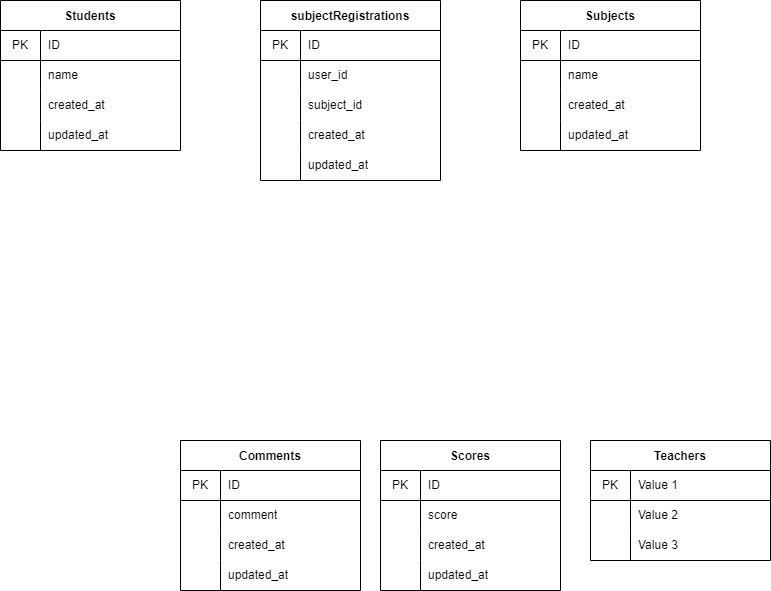
This is 20221026koyanagi/index.drawio.png from yuki-zirushi/PowerStruggle, a draw.io export, as it was before one commit. Source tidied: cells renumbered, new cells last; positions are measured from the earlier drawing's top-left corner, leaving out a move shared by most shapes.
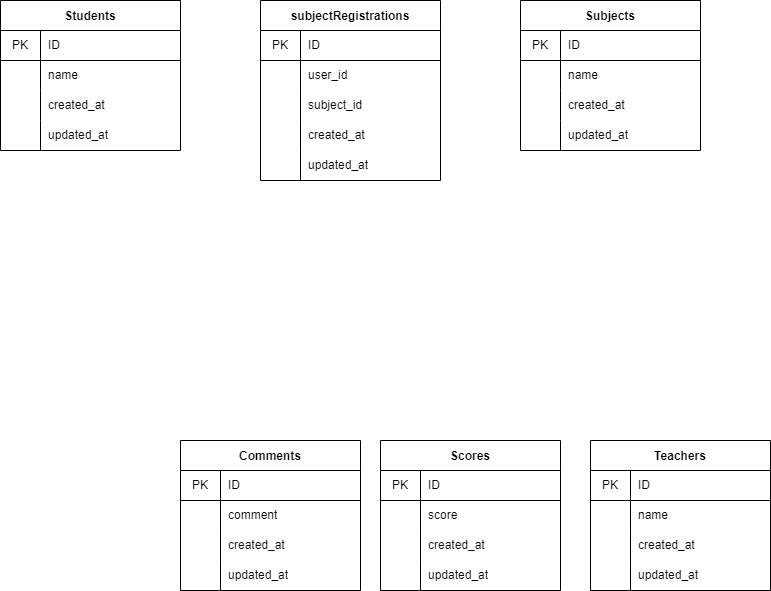
The same diagram one commit later.

The edit, as a diff of the source:
```diff
@@ -207,7 +207,7 @@
       <mxGeometry x="40" width="140" height="30" as="geometry" />
     </mxCell>
     <mxCell id="70" value="Teachers" style="shape=table;startSize=30;rowLines=0;fontStyle=1;align=center;" parent="1" vertex="1">
-      <mxGeometry x="590" y="440" width="180" height="120" as="geometry" />
+      <mxGeometry x="590" y="440" width="180" height="150" as="geometry" />
     </mxCell>
     <mxCell id="71" style="shape=partialRectangle;html=1;whiteSpace=wrap;fillColor=none;top=0;left=0;bottom=1;right=0;" parent="70" vertex="1">
       <mxGeometry y="30" width="180" height="30" as="geometry" />
@@ -215,7 +215,7 @@
     <mxCell id="72" value="PK" style="shape=partialRectangle;html=1;whiteSpace=wrap;fillColor=none;top=0;left=0;bottom=0;right=0;overflow=hidden;" parent="71" vertex="1">
       <mxGeometry width="40" height="30" as="geometry" />
     </mxCell>
-    <mxCell id="73" value="Value 1" style="shape=partialRectangle;html=1;whiteSpace=wrap;fillColor=none;top=0;left=0;bottom=0;right=0;align=left;spacingLeft=6;overflow=hidden;" parent="71" vertex="1">
+    <mxCell id="73" value="ID" style="shape=partialRectangle;html=1;whiteSpace=wrap;fillColor=none;top=0;left=0;bottom=0;right=0;align=left;spacingLeft=6;overflow=hidden;" parent="71" vertex="1">
       <mxGeometry x="40" width="140" height="30" as="geometry" />
     </mxCell>
     <mxCell id="74" style="shape=partialRectangle;html=1;whiteSpace=wrap;fillColor=none;top=0;left=0;bottom=0;right=0;" parent="70" vertex="1">
@@ -224,7 +224,7 @@
     <mxCell id="75" style="shape=partialRectangle;html=1;whiteSpace=wrap;fillColor=none;top=0;left=0;bottom=0;right=0;overflow=hidden;" parent="74" vertex="1">
       <mxGeometry width="40" height="30" as="geometry" />
     </mxCell>
-    <mxCell id="76" value="Value 2" style="shape=partialRectangle;html=1;whiteSpace=wrap;fillColor=none;top=0;left=0;bottom=0;right=0;align=left;spacingLeft=6;overflow=hidden;" parent="74" vertex="1">
+    <mxCell id="76" value="name" style="shape=partialRectangle;html=1;whiteSpace=wrap;fillColor=none;top=0;left=0;bottom=0;right=0;align=left;spacingLeft=6;overflow=hidden;" parent="74" vertex="1">
       <mxGeometry x="40" width="140" height="30" as="geometry" />
     </mxCell>
     <mxCell id="77" style="shape=partialRectangle;html=1;whiteSpace=wrap;fillColor=none;top=0;left=0;bottom=0;right=0;" parent="70" vertex="1">
@@ -233,8 +233,17 @@
     <mxCell id="78" style="shape=partialRectangle;html=1;whiteSpace=wrap;fillColor=none;top=0;left=0;bottom=0;right=0;overflow=hidden;" parent="77" vertex="1">
       <mxGeometry width="40" height="30" as="geometry" />
     </mxCell>
-    <mxCell id="79" value="Value 3" style="shape=partialRectangle;html=1;whiteSpace=wrap;fillColor=none;top=0;left=0;bottom=0;right=0;align=left;spacingLeft=6;overflow=hidden;" parent="77" vertex="1">
+    <mxCell id="79" value="created_at" style="shape=partialRectangle;html=1;whiteSpace=wrap;fillColor=none;top=0;left=0;bottom=0;right=0;align=left;spacingLeft=6;overflow=hidden;" parent="77" vertex="1">
       <mxGeometry x="40" width="140" height="30" as="geometry" />
     </mxCell>
+    <mxCell id="80" style="shape=partialRectangle;html=1;whiteSpace=wrap;fillColor=none;top=0;left=0;bottom=0;right=0;" parent="70" vertex="1">
+      <mxGeometry y="120" width="180" height="30" as="geometry" />
+    </mxCell>
+    <mxCell id="81" style="shape=partialRectangle;html=1;whiteSpace=wrap;fillColor=none;top=0;left=0;bottom=0;right=0;overflow=hidden;" parent="80" vertex="1">
+      <mxGeometry width="40" height="30" as="geometry" />
+    </mxCell>
+    <mxCell id="82" value="updated_at" style="shape=partialRectangle;html=1;whiteSpace=wrap;fillColor=none;top=0;left=0;bottom=0;right=0;align=left;spacingLeft=6;overflow=hidden;" parent="80" vertex="1">
+      <mxGeometry x="40" width="140" height="30" as="geometry" />
+    </mxCell>
   </root>
 </mxGraphModel>
```
